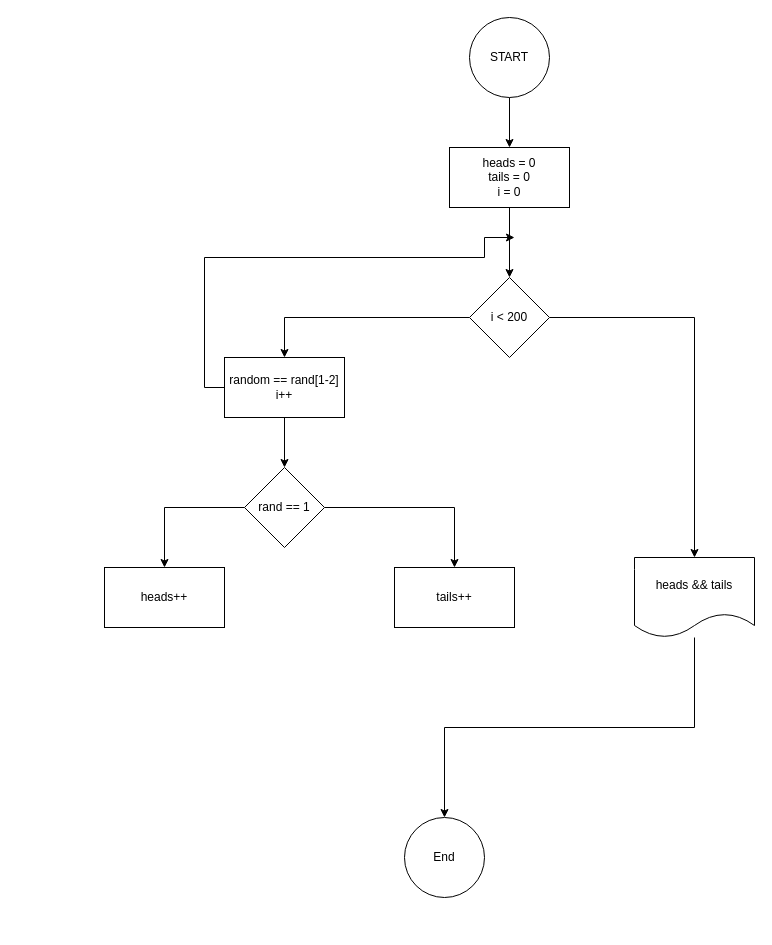
Before: hw-for-loop-task-3.drawio in uthmanigbin/university-work, a draw.io diagram. Source tidied: cells renumbered, new cells numbered last; positions are measured from the earlier drawing's top-left corner, leaving out a move shared by most shapes. Both pictures are drawn from the tidied source at 100%, with x=0, y=0 at pixel (104, 17).
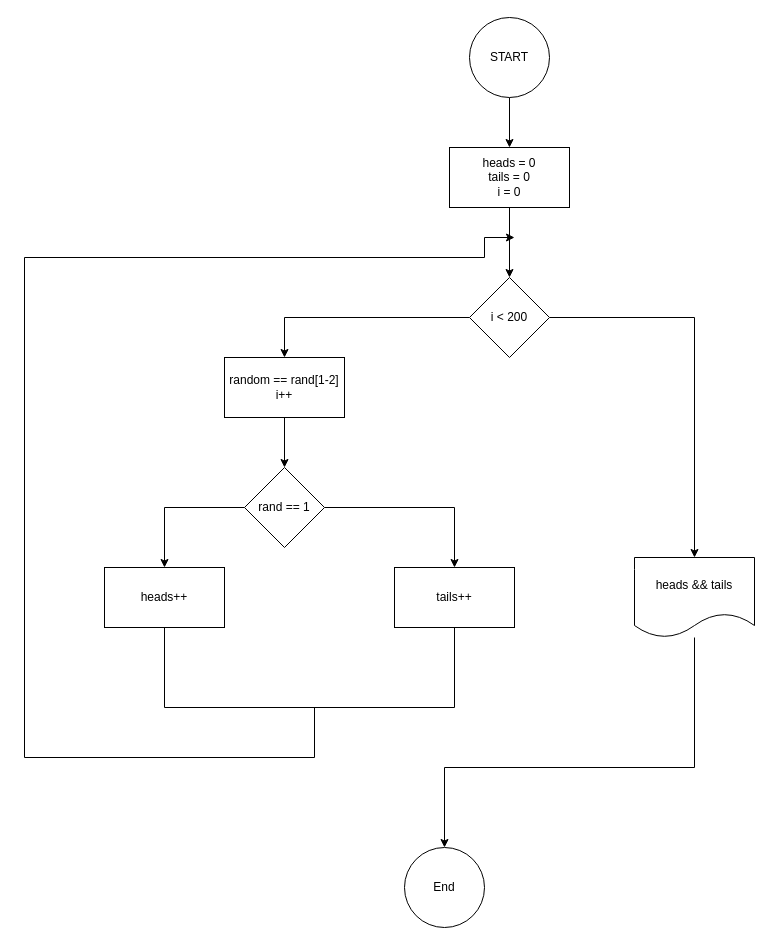
Above is the later version.

The change refers to these unchanged cells:
```xml
<mxCell id="12" value="heads++" style="whiteSpace=wrap;html=1;" parent="1" vertex="1">
  <mxGeometry y="550" width="120" height="60" as="geometry" />
</mxCell>
<mxCell id="13" value="tails++" style="whiteSpace=wrap;html=1;" parent="1" vertex="1">
  <mxGeometry x="290" y="550" width="120" height="60" as="geometry" />
</mxCell>
<mxCell id="15" value="heads &amp;amp;&amp;amp; tails" style="shape=document;whiteSpace=wrap;html=1;boundedLbl=1;" parent="1" vertex="1">
  <mxGeometry x="530" y="540" width="120" height="80" as="geometry" />
</mxCell>
<mxCell id="18" value="&lt;div&gt;random == rand[1-2]&lt;/div&gt;&lt;div&gt;i++&lt;br&gt;&lt;/div&gt;" style="rounded=0;whiteSpace=wrap;html=1;" parent="1" vertex="1">
  <mxGeometry x="120" y="340" width="120" height="60" as="geometry" />
</mxCell>
```

Change to the diagram source:
```diff
@@
     <mxCell id="14" style="edgeStyle=orthogonalEdgeStyle;rounded=0;jettySize=auto;html=1;entryX=0.5;entryY=0;entryDx=0;entryDy=0;" parent="1" edge="1" source="15" target="19">
       <mxGeometry relative="1" as="geometry">
         <Array as="points">
-          <mxPoint x="590" y="710" />
-          <mxPoint x="340" y="710" />
+          <mxPoint x="590" y="750" />
+          <mxPoint x="340" y="750" />
         </Array>
       </mxGeometry>
     </mxCell>
@@
-    <mxCell id="17" style="edgeStyle=orthogonalEdgeStyle;rounded=0;jettySize=auto;html=1;exitX=0;exitY=0.5;exitDx=0;exitDy=0;" parent="1" edge="1" source="18">
+    <mxCell id="17" style="edgeStyle=orthogonalEdgeStyle;rounded=0;orthogonalLoop=1;jettySize=auto;html=1;" parent="1" edge="1">
       <mxGeometry relative="1" as="geometry">
+        <mxPoint x="210" y="690" as="sourcePoint" />
         <mxPoint x="410" y="220" as="targetPoint" />
         <Array as="points">
-          <mxPoint x="100" y="370" />
-          <mxPoint x="100" y="240" />
+          <mxPoint x="210" y="740" />
+          <mxPoint x="-80" y="740" />
+          <mxPoint x="-80" y="240" />
           <mxPoint x="380" y="240" />
           <mxPoint x="380" y="220" />
         </Array>
       </mxGeometry>
     </mxCell>
@@
     <mxCell id="19" value="End" style="ellipse;whiteSpace=wrap;html=1;" parent="1" vertex="1">
-      <mxGeometry x="300" y="800" width="80" height="80" as="geometry" />
+      <mxGeometry x="300" y="830" width="80" height="80" as="geometry" />
     </mxCell>
+    <mxCell id="20" style="endArrow=none;html=1;rounded=0;exitX=0.5;exitY=1;exitDx=0;exitDy=0;" parent="1" edge="1" source="12">
+      <mxGeometry relative="1" as="geometry">
+        <mxPoint x="60" y="690" as="targetPoint" />
+      </mxGeometry>
+    </mxCell>
+    <mxCell id="21" style="endArrow=none;html=1;rounded=0;exitX=0.5;exitY=1;exitDx=0;exitDy=0;" parent="1" edge="1" source="13">
+      <mxGeometry relative="1" as="geometry">
+        <mxPoint x="350" y="690" as="targetPoint" />
+      </mxGeometry>
+    </mxCell>
+    <mxCell id="22" style="endArrow=none;html=1;rounded=0;" parent="1" edge="1">
+      <mxGeometry relative="1" as="geometry">
+        <mxPoint x="60" y="690" as="sourcePoint" />
+        <mxPoint x="350" y="690" as="targetPoint" />
+      </mxGeometry>
+    </mxCell>
```
